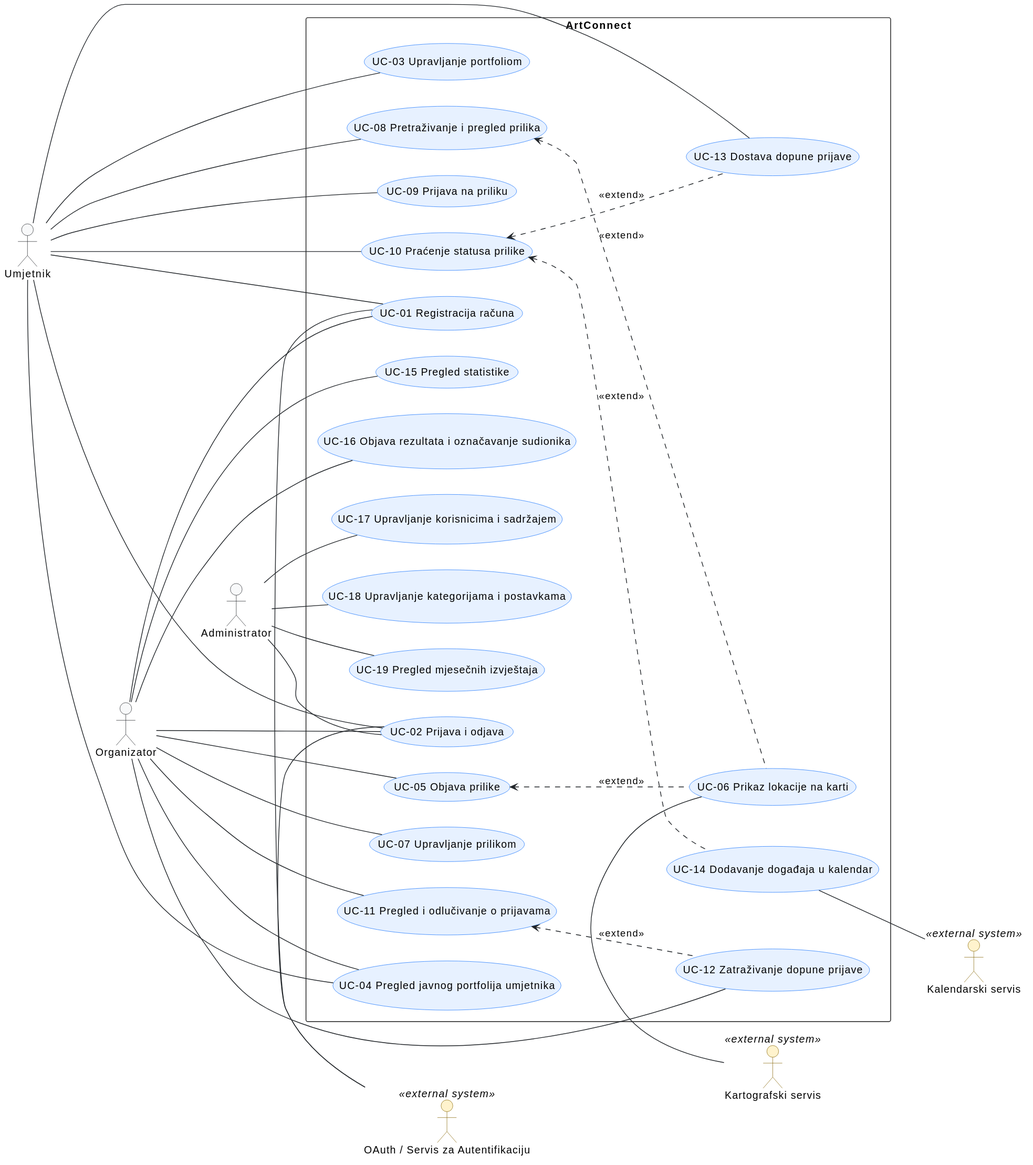
kovaacicc/ArtConnect keeps this PlantUML diagram as docs/assets/diagrams/3-1-artconnect-use-cases.svg. Above is the earlier version.
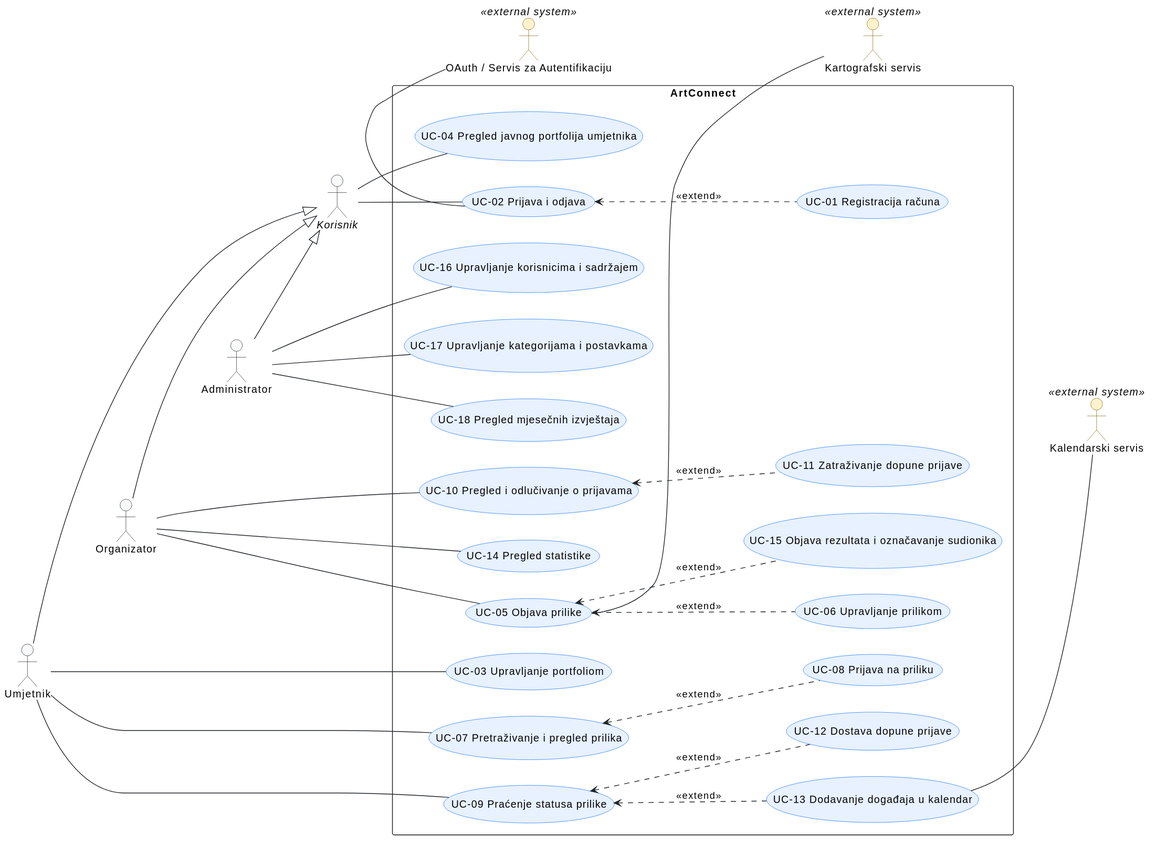
After the commit.

Change to the diagram source:
```diff
@@ -22,10 +22,14 @@
 }
 
 
+actor "//Korisnik//" as Korisnik
 actor Umjetnik
 actor Organizator
 actor Administrator
 
+Umjetnik --|> Korisnik
+Organizator --|> Korisnik
+Administrator --|> Korisnik
 
 Umjetnik -[hidden]down-> Organizator
 Organizator -[hidden]down-> Administrator
@@ -48,62 +52,53 @@
     (UC-03 Upravljanje portfoliom) as UC_Portfolio
     (UC-04 Pregled javnog portfolija umjetnika) as UC_PregledUmjetnika
 
-    (UC-08 Pretraživanje i pregled prilika) as UC_PregledPrilika
-    (UC-09 Prijava na priliku) as UC_PrijavaPrilika
-    (UC-10 Praćenje statusa prilike) as UC_Status
-    (UC-13 Dostava dopune prijave) as UC_DopunaUmjetnik
-    (UC-14 Dodavanje događaja u kalendar) as UC_Kalendar
+    (UC-07 Pretraživanje i pregled prilika) as UC_PregledPrilika
+    (UC-08 Prijava na priliku) as UC_PrijavaPrilika
+    (UC-09 Praćenje statusa prilike) as UC_Status
+    (UC-12 Dostava dopune prijave) as UC_DopunaUmjetnik
+    (UC-13 Dodavanje događaja u kalendar) as UC_Kalendar
 
     (UC-05 Objava prilike) as UC_ObjavaPrilike
-    (UC-07 Upravljanje prilikom) as UC_UpravljanjePrilikom
-    (UC-11 Pregled i odlučivanje o prijavama) as UC_PregledPrijave
-    (UC-12 Zatraživanje dopune prijave) as UC_DopunaOrganizator
-    (UC-15 Pregled statistike) as UC_Statistika
-    (UC-16 Objava rezultata i označavanje sudionika) as UC_Rezultati
+    (UC-06 Upravljanje prilikom) as UC_UpravljanjePrilikom
+    (UC-10 Pregled i odlučivanje o prijavama) as UC_PregledPrijave
+    (UC-11 Zatraživanje dopune prijave) as UC_DopunaOrganizator
+    (UC-14 Pregled statistike) as UC_Statistika
+    (UC-15 Objava rezultata i označavanje sudionika) as UC_Rezultati
 
-    (UC-06 Prikaz lokacije na karti) as UC_Karta
-
-    (UC-17 Upravljanje korisnicima i sadržajem) as UC_AdmKorisnici
-    (UC-18 Upravljanje kategorijama i postavkama) as UC_AdmKategorije
-    (UC-19 Pregled mjesečnih izvještaja) as UC_Izvjestaj
-
+    (UC-16 Upravljanje korisnicima i sadržajem) as UC_AdmKorisnici
+    (UC-17 Upravljanje kategorijama i postavkama) as UC_AdmKategorije
+    (UC-18 Pregled mjesečnih izvještaja) as UC_Izvjestaj
 }
 
 
-Umjetnik -- UC_Registracija
-Umjetnik -- UC_PrijavaOdjava
+Korisnik -- UC_PrijavaOdjava
+Korisnik -- UC_PregledUmjetnika
+
 Umjetnik -- UC_Portfolio
-Umjetnik -- UC_PregledUmjetnika
 Umjetnik -- UC_PregledPrilika
-Umjetnik -- UC_PrijavaPrilika
 Umjetnik -- UC_Status
-Umjetnik -- UC_DopunaUmjetnik
 
-Organizator -- UC_Registracija
-Organizator -- UC_PrijavaOdjava
-Organizator -- UC_PregledUmjetnika
 Organizator -- UC_ObjavaPrilike
-Organizator -- UC_UpravljanjePrilikom
 Organizator -- UC_PregledPrijave
-Organizator -- UC_DopunaOrganizator
 Organizator -- UC_Statistika
-Organizator -- UC_Rezultati
 
-Administrator -- UC_PrijavaOdjava
 Administrator -- UC_AdmKorisnici
 Administrator -- UC_AdmKategorije
 Administrator -- UC_Izvjestaj
 
-UC_PregledPrilika <.. UC_Karta : <<extend>>
-UC_ObjavaPrilike <.. UC_Karta : <<extend>>
+
+UC_PrijavaOdjava <.. UC_Registracija : <<extend>>
+UC_PregledPrilika <.. UC_PrijavaPrilika : <<extend>>
 UC_Status <.. UC_DopunaUmjetnik : <<extend>>
 UC_Status <.. UC_Kalendar : <<extend>>
+UC_ObjavaPrilike <.. UC_UpravljanjePrilikom : <<extend>>
 UC_PregledPrijave <.. UC_DopunaOrganizator : <<extend>>
+UC_ObjavaPrilike <.. UC_Rezultati : <<extend>>
 
 
+UC_PrijavaOdjava -right- OAuth
 
-UC_Registracija -right- OAuth
-UC_PrijavaOdjava -right- OAuth
-UC_Karta -right- Maps
+UC_ObjavaPrilike -right- Maps
+
 UC_Kalendar -right- Cal
 @enduml
```
